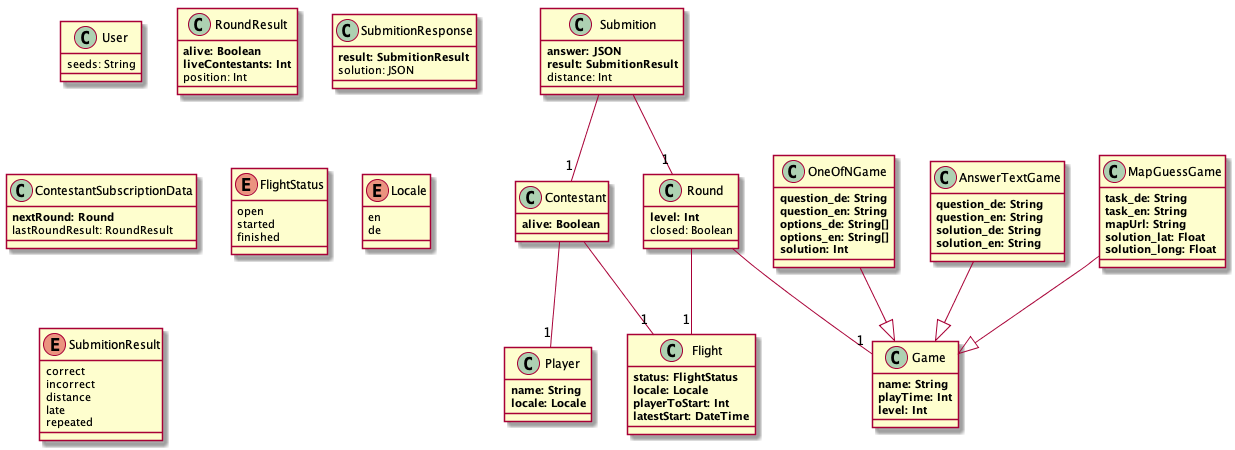
Above: express/domain.png in betterobjects/activeql (PlantUML), before the change.
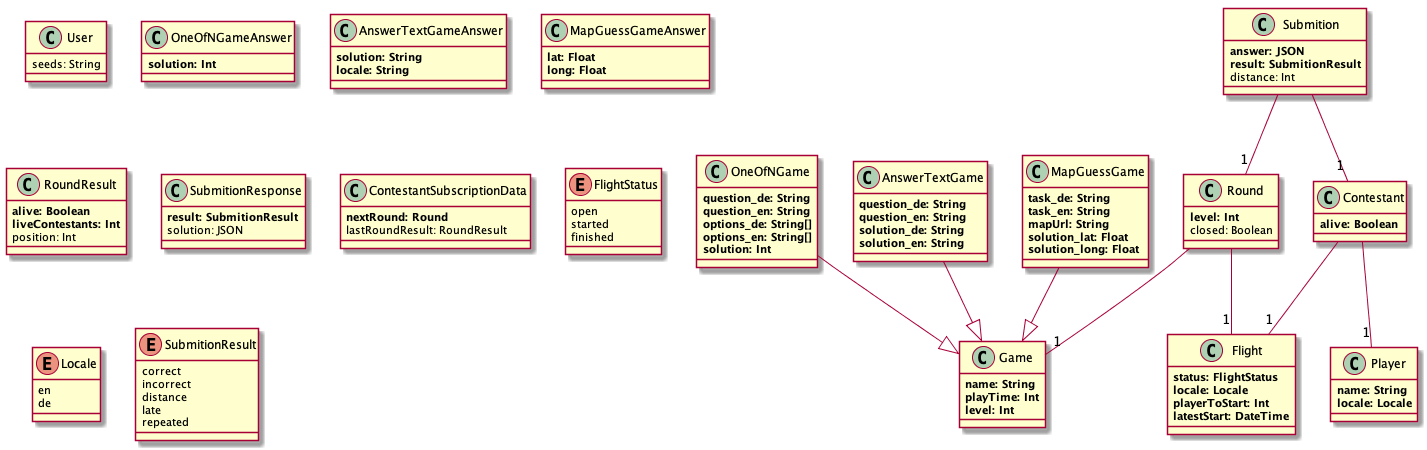
After the change.

What changed in the source:
```diff
@@ -78,6 +78,20 @@
   seeds: String
 }
 
+class OneOfNGameAnswer {
+  **solution: Int**
+}
+
+class AnswerTextGameAnswer {
+  **solution: String**
+  **locale: String**
+}
+
+class MapGuessGameAnswer {
+  **lat: Float**
+  **long: Float**
+}
+
 class RoundResult {
   **alive: Boolean**
   **liveContestants: Int**
```
